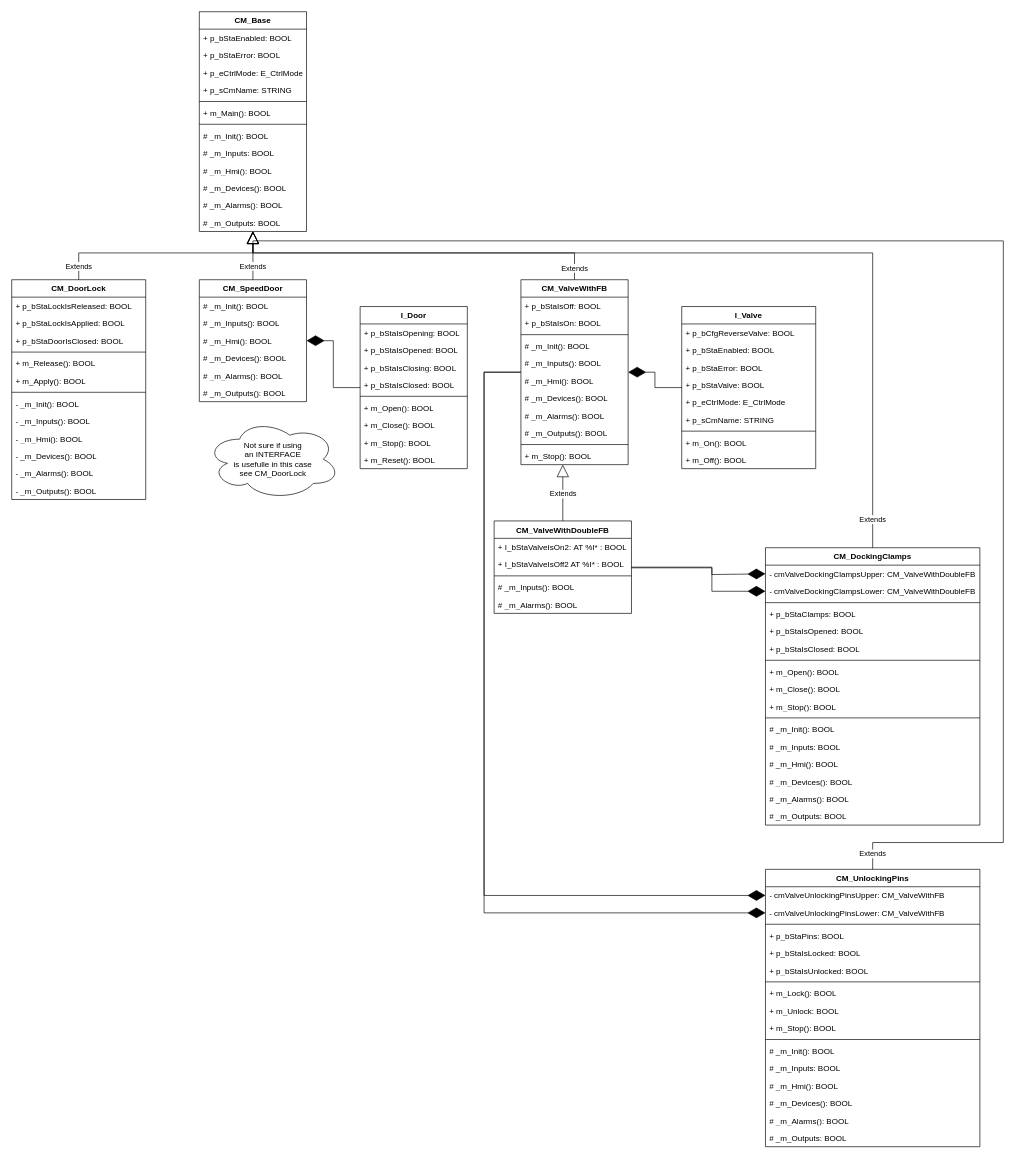
The draw.io diagram page "CM's" (3 of 6) of Documentation/Software architecture.drawio in KMWE/KMWE_CleanroomConnect, before the edit. Source tidied: cells renumbered, new cells numbered last; positions are measured from the earlier drawing's top-left corner, leaving out a move shared by most shapes. Both pictures are drawn from the tidied source at 67%, with x=0, y=0 at pixel (11, 11).
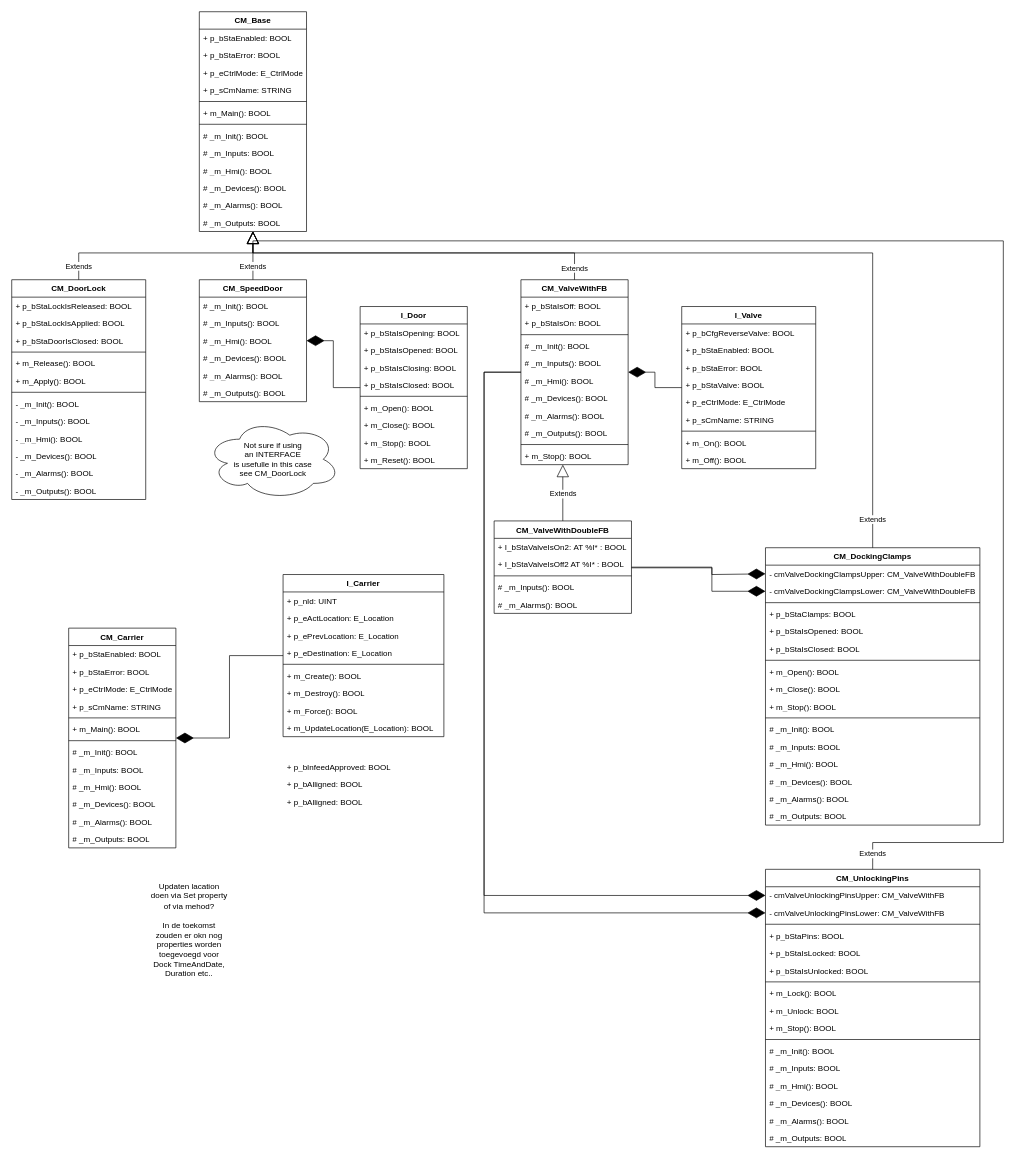
Above is the later version.

Diff of the diagram source:
```diff
@@
+    <mxCell id="124" value="CM_Carrier" style="swimlane;fontStyle=1;align=center;verticalAlign=top;horizontal=1;startSize=26;whiteSpace=wrap;html=1;" parent="1" vertex="1">
+      <mxGeometry x="85" y="920" width="160" height="328" as="geometry" />
+    </mxCell>
+    <mxCell id="125" value="+ p_bStaEnabled: BOOL" style="text;strokeColor=none;fillColor=none;align=left;verticalAlign=top;spacingLeft=4;spacingRight=4;overflow=hidden;whiteSpace=wrap;html=1;" parent="124" vertex="1">
+      <mxGeometry y="26" width="160" height="26" as="geometry" />
+    </mxCell>
+    <mxCell id="126" value="+ p_bStaError: BOOL" style="text;strokeColor=none;fillColor=none;align=left;verticalAlign=top;spacingLeft=4;spacingRight=4;overflow=hidden;whiteSpace=wrap;html=1;" parent="124" vertex="1">
+      <mxGeometry y="52" width="160" height="26" as="geometry" />
+    </mxCell>
+    <mxCell id="127" value="+ p_eCtrlMode: E_CtrlMode" style="text;strokeColor=none;fillColor=none;align=left;verticalAlign=top;spacingLeft=4;spacingRight=4;overflow=hidden;whiteSpace=wrap;html=1;" parent="124" vertex="1">
+      <mxGeometry y="78" width="160" height="26" as="geometry" />
+    </mxCell>
+    <mxCell id="128" value="+ p_sCmName: STRING" style="text;strokeColor=none;fillColor=none;align=left;verticalAlign=top;spacingLeft=4;spacingRight=4;overflow=hidden;whiteSpace=wrap;html=1;" parent="124" vertex="1">
+      <mxGeometry y="104" width="160" height="26" as="geometry" />
+    </mxCell>
+    <mxCell id="129" style="line;strokeWidth=1;fillColor=none;align=left;verticalAlign=middle;spacingTop=-1;spacingLeft=3;spacingRight=3;labelPosition=right;strokeColor=inherit;" parent="124" vertex="1">
+      <mxGeometry y="130" width="160" height="8" as="geometry" />
+    </mxCell>
+    <mxCell id="130" value="+ m_Main(): BOOL" style="text;strokeColor=none;fillColor=none;align=left;verticalAlign=top;spacingLeft=4;spacingRight=4;overflow=hidden;whiteSpace=wrap;html=1;" parent="124" vertex="1">
+      <mxGeometry y="138" width="160" height="26" as="geometry" />
+    </mxCell>
+    <mxCell id="131" style="line;strokeWidth=1;fillColor=none;align=left;verticalAlign=middle;spacingTop=-1;spacingLeft=3;spacingRight=3;labelPosition=right;strokeColor=inherit;" parent="124" vertex="1">
+      <mxGeometry y="164" width="160" height="8" as="geometry" />
+    </mxCell>
+    <mxCell id="132" value="# _m_Init(): BOOL" style="text;strokeColor=none;fillColor=none;align=left;verticalAlign=top;spacingLeft=4;spacingRight=4;overflow=hidden;whiteSpace=wrap;html=1;" parent="124" vertex="1">
+      <mxGeometry y="172" width="160" height="26" as="geometry" />
+    </mxCell>
+    <mxCell id="133" value="# _m_Inputs: BOOL" style="text;strokeColor=none;fillColor=none;align=left;verticalAlign=top;spacingLeft=4;spacingRight=4;overflow=hidden;whiteSpace=wrap;html=1;" parent="124" vertex="1">
+      <mxGeometry y="198" width="160" height="26" as="geometry" />
+    </mxCell>
+    <mxCell id="134" value="# _m_Hmi(): BOOL" style="text;strokeColor=none;fillColor=none;align=left;verticalAlign=top;spacingLeft=4;spacingRight=4;overflow=hidden;whiteSpace=wrap;html=1;" parent="124" vertex="1">
+      <mxGeometry y="224" width="160" height="26" as="geometry" />
+    </mxCell>
+    <mxCell id="135" value="# _m_Devices(): BOOL" style="text;strokeColor=none;fillColor=none;align=left;verticalAlign=top;spacingLeft=4;spacingRight=4;overflow=hidden;whiteSpace=wrap;html=1;" parent="124" vertex="1">
+      <mxGeometry y="250" width="160" height="26" as="geometry" />
+    </mxCell>
+    <mxCell id="136" value="# _m_Alarms(): BOOL" style="text;strokeColor=none;fillColor=none;align=left;verticalAlign=top;spacingLeft=4;spacingRight=4;overflow=hidden;whiteSpace=wrap;html=1;" parent="124" vertex="1">
+      <mxGeometry y="276" width="160" height="26" as="geometry" />
+    </mxCell>
+    <mxCell id="137" value="# _m_Outputs: BOOL" style="text;strokeColor=none;fillColor=none;align=left;verticalAlign=top;spacingLeft=4;spacingRight=4;overflow=hidden;whiteSpace=wrap;html=1;" parent="124" vertex="1">
+      <mxGeometry y="302" width="160" height="26" as="geometry" />
+    </mxCell>
+    <mxCell id="138" value="I_Carrier" style="swimlane;fontStyle=1;align=center;verticalAlign=top;horizontal=1;startSize=26;whiteSpace=wrap;html=1;" parent="1" vertex="1">
+      <mxGeometry x="405" y="840" width="240" height="242" as="geometry" />
+    </mxCell>
+    <mxCell id="139" value="+ p_nId: UINT" style="text;strokeColor=none;fillColor=none;align=left;verticalAlign=top;spacingLeft=4;spacingRight=4;overflow=hidden;whiteSpace=wrap;html=1;" parent="138" vertex="1">
+      <mxGeometry y="26" width="240" height="26" as="geometry" />
+    </mxCell>
+    <mxCell id="140" value="+ p_eActLocation: E_Location" style="text;strokeColor=none;fillColor=none;align=left;verticalAlign=top;spacingLeft=4;spacingRight=4;overflow=hidden;whiteSpace=wrap;html=1;" parent="138" vertex="1">
+      <mxGeometry y="52" width="240" height="26" as="geometry" />
+    </mxCell>
+    <mxCell id="141" value="+ p_ePrevLocation: E_Location" style="text;strokeColor=none;fillColor=none;align=left;verticalAlign=top;spacingLeft=4;spacingRight=4;overflow=hidden;whiteSpace=wrap;html=1;" parent="138" vertex="1">
+      <mxGeometry y="78" width="240" height="26" as="geometry" />
+    </mxCell>
+    <mxCell id="142" value="+ p_eDestination: E_Location" style="text;strokeColor=none;fillColor=none;align=left;verticalAlign=top;spacingLeft=4;spacingRight=4;overflow=hidden;whiteSpace=wrap;html=1;" parent="138" vertex="1">
+      <mxGeometry y="104" width="240" height="26" as="geometry" />
+    </mxCell>
+    <mxCell id="143" style="line;strokeWidth=1;fillColor=none;align=left;verticalAlign=middle;spacingTop=-1;spacingLeft=3;spacingRight=3;labelPosition=right;strokeColor=inherit;" parent="138" vertex="1">
+      <mxGeometry y="130" width="240" height="8" as="geometry" />
+    </mxCell>
+    <mxCell id="144" value="+ m_Create(): BOOL" style="text;strokeColor=none;fillColor=none;align=left;verticalAlign=top;spacingLeft=4;spacingRight=4;overflow=hidden;whiteSpace=wrap;html=1;" parent="138" vertex="1">
+      <mxGeometry y="138" width="240" height="26" as="geometry" />
+    </mxCell>
+    <mxCell id="145" value="+ m_Destroy(): BOOL" style="text;strokeColor=none;fillColor=none;align=left;verticalAlign=top;spacingLeft=4;spacingRight=4;overflow=hidden;whiteSpace=wrap;html=1;" parent="138" vertex="1">
+      <mxGeometry y="164" width="240" height="26" as="geometry" />
+    </mxCell>
+    <mxCell id="146" value="+ m_Force(): BOOL" style="text;strokeColor=none;fillColor=none;align=left;verticalAlign=top;spacingLeft=4;spacingRight=4;overflow=hidden;whiteSpace=wrap;html=1;" parent="138" vertex="1">
+      <mxGeometry y="190" width="240" height="26" as="geometry" />
+    </mxCell>
+    <mxCell id="147" value="+ m_UpdateLocation(E_Location): BOOL" style="text;strokeColor=none;fillColor=none;align=left;verticalAlign=top;spacingLeft=4;spacingRight=4;overflow=hidden;whiteSpace=wrap;html=1;" parent="138" vertex="1">
+      <mxGeometry y="216" width="240" height="26" as="geometry" />
+    </mxCell>
+    <mxCell id="148" value="Updaten lacation doen via Set property of via mehod?" style="text;html=1;align=center;verticalAlign=middle;whiteSpace=wrap;rounded=0;" parent="1" vertex="1">
+      <mxGeometry x="205" y="1280" width="120" height="80" as="geometry" />
+    </mxCell>
+    <mxCell id="149" value="In de toekomst zouden er okn nog properties worden toegevoegd voor Dock TimeAndDate, Duration etc.." style="text;html=1;align=center;verticalAlign=middle;whiteSpace=wrap;rounded=0;" parent="1" vertex="1">
+      <mxGeometry x="205" y="1360" width="120" height="80" as="geometry" />
+    </mxCell>
+    <mxCell id="150" value="+ p_bAlligned: BOOL" style="text;strokeColor=none;fillColor=none;align=left;verticalAlign=top;spacingLeft=4;spacingRight=4;overflow=hidden;whiteSpace=wrap;html=1;" parent="1" vertex="1">
+      <mxGeometry x="405" y="1140" width="240" height="26" as="geometry" />
+    </mxCell>
+    <mxCell id="151" value="+ p_bInfeedApproved: BOOL" style="text;strokeColor=none;fillColor=none;align=left;verticalAlign=top;spacingLeft=4;spacingRight=4;overflow=hidden;whiteSpace=wrap;html=1;" parent="1" vertex="1">
+      <mxGeometry x="405" y="1114" width="240" height="26" as="geometry" />
+    </mxCell>
+    <mxCell id="152" value="+ p_bAlligned: BOOL" style="text;strokeColor=none;fillColor=none;align=left;verticalAlign=top;spacingLeft=4;spacingRight=4;overflow=hidden;whiteSpace=wrap;html=1;" parent="1" vertex="1">
+      <mxGeometry x="405" y="1166" width="240" height="26" as="geometry" />
+    </mxCell>
+    <mxCell id="153" style="endArrow=diamondThin;endFill=1;endSize=24;html=1;rounded=0;edgeStyle=orthogonalEdgeStyle;" parent="1" edge="1" source="138" target="124">
+      <mxGeometry relative="1" as="geometry" />
+    </mxCell>
```
